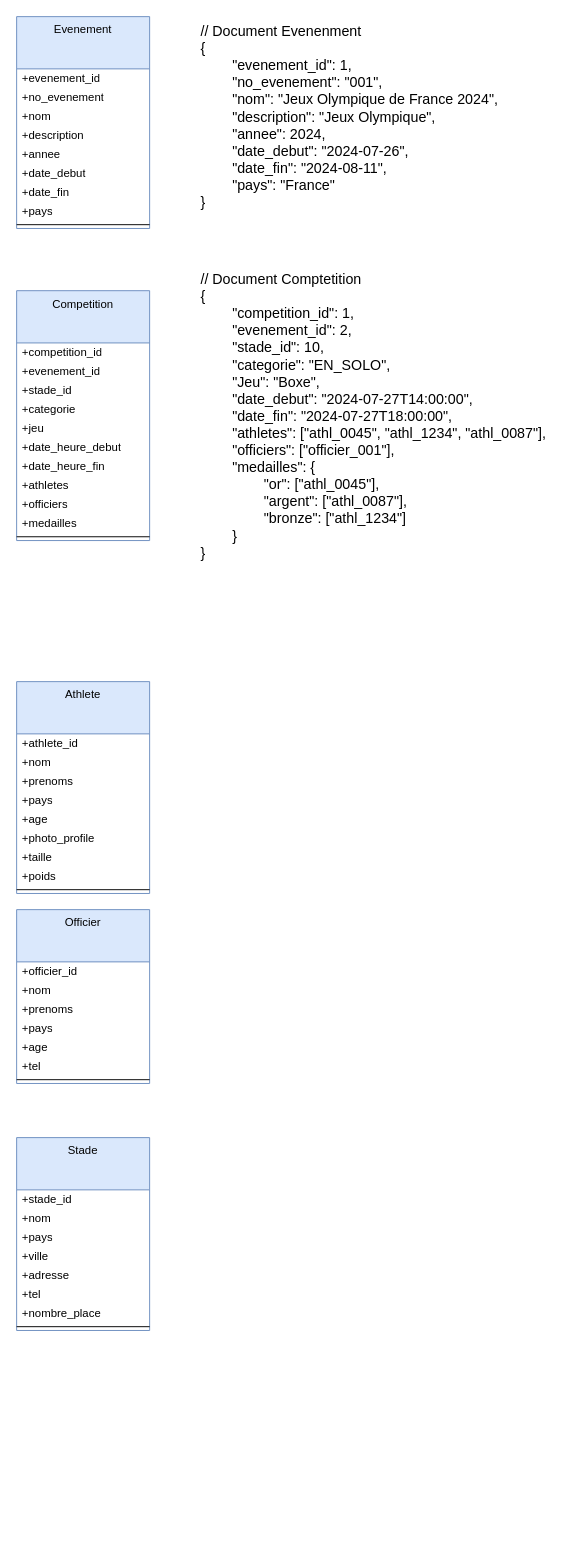
This is nosql.drawio from Kaji17/Diagramme-UML, a draw.io file, before an edit. Source tidied: cells renumbered, new cells numbered last; positions are measured from the earlier drawing's top-left corner, leaving out a move shared by most shapes. Both pictures are drawn from the tidied source at 95%, with x=0, y=0 at pixel (16, 16).
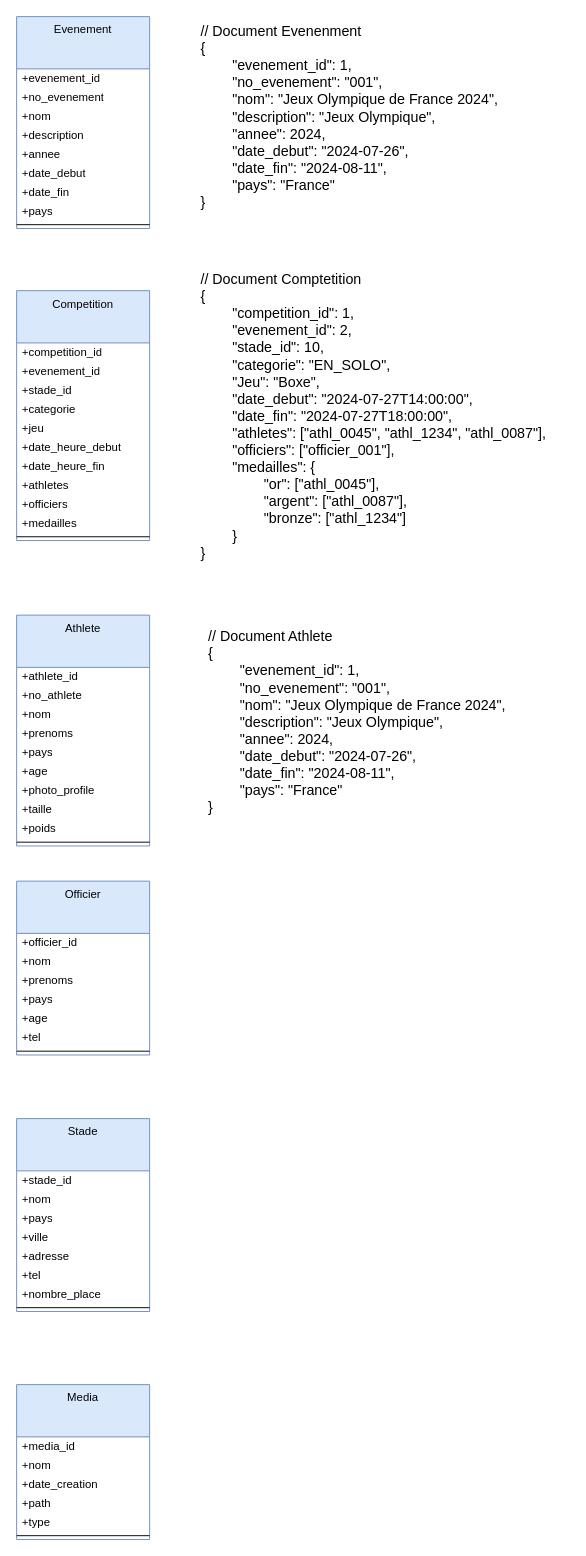
Above is the later version.

Commit message (it also covers changes not shown here):
Mettre à jour nosql.drawio

Change to the diagram source:
```diff
@@
     <mxCell id="24" value="Athlete" style="swimlane;fontStyle=0;align=center;verticalAlign=top;horizontal=1;startSize=55;html=1;whiteSpace=wrap;fillColor=#dae8fc;strokeColor=#6c8ebf;" parent="1" vertex="1">
-      <mxGeometry y="700" width="140" height="223" as="geometry" />
+      <mxGeometry y="630" width="140" height="243" as="geometry" />
     </mxCell>
@@
+    <mxCell id="53" value="+no_athlete" style="text;html=1;strokeColor=none;fillColor=none;align=left;verticalAlign=middle;spacingLeft=4;spacingRight=4;overflow=hidden;whiteSpace=wrap;" parent="24" vertex="1">
+      <mxGeometry y="75" width="140" height="20" as="geometry" />
+    </mxCell>
     <mxCell id="26" value="+nom" style="text;html=1;strokeColor=none;fillColor=none;align=left;verticalAlign=middle;spacingLeft=4;spacingRight=4;overflow=hidden;whiteSpace=wrap;" parent="24" vertex="1">
-      <mxGeometry y="75" width="140" height="20" as="geometry" />
+      <mxGeometry y="95" width="140" height="20" as="geometry" />
     </mxCell>
     <mxCell id="27" value="+prenoms" style="text;html=1;strokeColor=none;fillColor=none;align=left;verticalAlign=middle;spacingLeft=4;spacingRight=4;overflow=hidden;whiteSpace=wrap;" parent="24" vertex="1">
-      <mxGeometry y="95" width="140" height="20" as="geometry" />
+      <mxGeometry y="115" width="140" height="20" as="geometry" />
     </mxCell>
     <mxCell id="28" value="+pays" style="text;html=1;strokeColor=none;fillColor=none;align=left;verticalAlign=middle;spacingLeft=4;spacingRight=4;overflow=hidden;whiteSpace=wrap;" parent="24" vertex="1">
-      <mxGeometry y="115" width="140" height="20" as="geometry" />
+      <mxGeometry y="135" width="140" height="20" as="geometry" />
     </mxCell>
     <mxCell id="29" value="+age" style="text;html=1;strokeColor=none;fillColor=none;align=left;verticalAlign=middle;spacingLeft=4;spacingRight=4;overflow=hidden;whiteSpace=wrap;" parent="24" vertex="1">
-      <mxGeometry y="135" width="140" height="20" as="geometry" />
+      <mxGeometry y="155" width="140" height="20" as="geometry" />
     </mxCell>
     <mxCell id="30" value="+photo_profile" style="text;html=1;strokeColor=none;fillColor=none;align=left;verticalAlign=middle;spacingLeft=4;spacingRight=4;overflow=hidden;whiteSpace=wrap;" parent="24" vertex="1">
-      <mxGeometry y="155" width="140" height="20" as="geometry" />
+      <mxGeometry y="175" width="140" height="20" as="geometry" />
     </mxCell>
     <mxCell id="31" value="+taille" style="text;html=1;strokeColor=none;fillColor=none;align=left;verticalAlign=middle;spacingLeft=4;spacingRight=4;overflow=hidden;whiteSpace=wrap;" parent="24" vertex="1">
-      <mxGeometry y="175" width="140" height="20" as="geometry" />
+      <mxGeometry y="195" width="140" height="20" as="geometry" />
     </mxCell>
     <mxCell id="32" value="+poids" style="text;html=1;strokeColor=none;fillColor=none;align=left;verticalAlign=middle;spacingLeft=4;spacingRight=4;overflow=hidden;whiteSpace=wrap;" parent="24" vertex="1">
-      <mxGeometry y="195" width="140" height="20" as="geometry" />
+      <mxGeometry y="215" width="140" height="20" as="geometry" />
     </mxCell>
     <mxCell id="33" style="line;strokeWidth=1;fillColor=none;align=left;verticalAlign=middle;spacingTop=-1;spacingLeft=3;spacingRight=3;labelPosition=right;" parent="24" vertex="1">
-      <mxGeometry y="215" width="140" height="8" as="geometry" />
+      <mxGeometry y="235" width="140" height="8" as="geometry" />
     </mxCell>
     <mxCell id="34" value="Officier" style="swimlane;fontStyle=0;align=center;verticalAlign=top;horizontal=1;startSize=55;html=1;whiteSpace=wrap;fillColor=#dae8fc;strokeColor=#6c8ebf;" parent="1" vertex="1">
-      <mxGeometry y="940" width="140" height="183" as="geometry" />
+      <mxGeometry y="910" width="140" height="183" as="geometry" />
     </mxCell>
@@
     <mxCell id="42" value="Stade" style="swimlane;fontStyle=0;align=center;verticalAlign=top;horizontal=1;startSize=55;html=1;whiteSpace=wrap;fillColor=#dae8fc;strokeColor=#6c8ebf;" parent="1" vertex="1">
-      <mxGeometry y="1180" width="140" height="203" as="geometry" />
+      <mxGeometry y="1160" width="140" height="203" as="geometry" />
     </mxCell>
@@
+    <mxCell id="54" value="Media" style="swimlane;fontStyle=0;align=center;verticalAlign=top;horizontal=1;startSize=55;html=1;whiteSpace=wrap;fillColor=#dae8fc;strokeColor=#6c8ebf;" parent="1" vertex="1">
+      <mxGeometry y="1440" width="140" height="163" as="geometry" />
+    </mxCell>
+    <mxCell id="55" value="+media_id" style="text;html=1;strokeColor=none;fillColor=none;align=left;verticalAlign=middle;spacingLeft=4;spacingRight=4;overflow=hidden;whiteSpace=wrap;" parent="54" vertex="1">
+      <mxGeometry y="55" width="140" height="20" as="geometry" />
+    </mxCell>
+    <mxCell id="56" value="+nom" style="text;html=1;strokeColor=none;fillColor=none;align=left;verticalAlign=middle;spacingLeft=4;spacingRight=4;overflow=hidden;whiteSpace=wrap;" parent="54" vertex="1">
+      <mxGeometry y="75" width="140" height="20" as="geometry" />
+    </mxCell>
+    <mxCell id="57" value="+date_creation" style="text;html=1;strokeColor=none;fillColor=none;align=left;verticalAlign=middle;spacingLeft=4;spacingRight=4;overflow=hidden;whiteSpace=wrap;" parent="54" vertex="1">
+      <mxGeometry y="95" width="140" height="20" as="geometry" />
+    </mxCell>
+    <mxCell id="58" value="+path" style="text;html=1;strokeColor=none;fillColor=none;align=left;verticalAlign=middle;spacingLeft=4;spacingRight=4;overflow=hidden;whiteSpace=wrap;" parent="54" vertex="1">
+      <mxGeometry y="115" width="140" height="20" as="geometry" />
+    </mxCell>
+    <mxCell id="59" value="+type" style="text;html=1;strokeColor=none;fillColor=none;align=left;verticalAlign=middle;spacingLeft=4;spacingRight=4;overflow=hidden;whiteSpace=wrap;" parent="54" vertex="1">
+      <mxGeometry y="135" width="140" height="20" as="geometry" />
+    </mxCell>
+    <mxCell id="60" style="line;strokeWidth=1;fillColor=none;align=left;verticalAlign=middle;spacingTop=-1;spacingLeft=3;spacingRight=3;labelPosition=right;" parent="54" vertex="1">
+      <mxGeometry y="155" width="140" height="8" as="geometry" />
+    </mxCell>
+    <mxCell id="61" value="&lt;div style=&quot;font-size: 15px;&quot;&gt;&lt;span style=&quot;background-color: initial;&quot;&gt;&lt;font style=&quot;font-size: 15px;&quot;&gt;// Document Athlete&lt;/font&gt;&lt;/span&gt;&lt;/div&gt;&lt;div style=&quot;font-size: 15px;&quot;&gt;&lt;span style=&quot;background-color: initial;&quot;&gt;&lt;font style=&quot;font-size: 15px;&quot;&gt;{&lt;/font&gt;&lt;/span&gt;&lt;/div&gt;&lt;div style=&quot;font-size: 15px;&quot;&gt;&lt;span style=&quot;background-color: initial;&quot; class=&quot;hljs-attr&quot;&gt;&lt;span style=&quot;white-space-collapse: preserve;&quot;&gt;&#9;&lt;/span&gt;&quot;evenement_id&quot;&lt;/span&gt;&lt;span style=&quot;background-color: initial;&quot; class=&quot;hljs-punctuation&quot;&gt;:&lt;/span&gt;&lt;span style=&quot;background-color: initial;&quot;&gt;&amp;nbsp;1&lt;/span&gt;&lt;span style=&quot;background-color: initial;&quot; class=&quot;hljs-punctuation&quot;&gt;,&lt;/span&gt;&lt;/div&gt;&lt;span style=&quot;font-size: 15px;&quot; class=&quot;hljs-attr&quot;&gt;&lt;/span&gt;&lt;div style=&quot;font-size: 15px;&quot;&gt;&lt;font style=&quot;font-size: 15px;&quot;&gt;&lt;span style=&quot;background-color: initial;&quot; class=&quot;hljs-attr&quot;&gt;&lt;span style=&quot;white-space: pre;&quot;&gt;&#9;&lt;/span&gt;&quot;no_evenement&quot;&lt;/span&gt;&lt;span style=&quot;background-color: initial;&quot; class=&quot;hljs-punctuation&quot;&gt;:&lt;/span&gt;&lt;span style=&quot;background-color: initial;&quot;&gt; &lt;/span&gt;&lt;span style=&quot;background-color: initial;&quot; class=&quot;hljs-string&quot;&gt;&quot;001&quot;&lt;/span&gt;&lt;span style=&quot;background-color: initial;&quot; class=&quot;hljs-punctuation&quot;&gt;,&lt;/span&gt;&lt;/font&gt;&lt;/div&gt;&lt;div style=&quot;font-size: 15px;&quot;&gt;&lt;font style=&quot;font-size: 15px;&quot;&gt;&lt;span style=&quot;background-color: initial;&quot; class=&quot;hljs-punctuation&quot;&gt;&lt;span style=&quot;white-space: pre;&quot;&gt;&#9;&lt;/span&gt;&quot;nom&quot;: &quot;Jeux Olympique de France 2024&quot;,&lt;br&gt;&lt;/span&gt;&lt;/font&gt;&lt;/div&gt;&lt;div style=&quot;font-size: 15px;&quot;&gt;&lt;font style=&quot;font-size: 15px;&quot;&gt;&lt;span style=&quot;background-color: initial;&quot; class=&quot;hljs-punctuation&quot;&gt;&lt;span style=&quot;white-space: pre;&quot;&gt;&#9;&lt;/span&gt;&quot;description&quot;: &quot;Jeux Olympique&quot;,&lt;br&gt;&lt;/span&gt;&lt;/font&gt;&lt;/div&gt;    &lt;span style=&quot;font-size: 15px;&quot; class=&quot;hljs-attr&quot;&gt;&lt;div style=&quot;&quot;&gt;&lt;font style=&quot;font-size: 15px;&quot;&gt;&lt;span style=&quot;background-color: initial;&quot; class=&quot;hljs-attr&quot;&gt;&lt;span style=&quot;white-space: pre;&quot;&gt;&#9;&lt;/span&gt;&quot;annee&quot;&lt;/span&gt;&lt;span style=&quot;background-color: initial;&quot; class=&quot;hljs-punctuation&quot;&gt;:&lt;/span&gt;&lt;span style=&quot;background-color: initial;&quot;&gt; &lt;/span&gt;&lt;span style=&quot;background-color: initial;&quot; class=&quot;hljs-number&quot;&gt;2024&lt;/span&gt;&lt;span style=&quot;background-color: initial;&quot; class=&quot;hljs-punctuation&quot;&gt;,&lt;/span&gt;&lt;/font&gt;&lt;/div&gt;&lt;/span&gt;&lt;div style=&quot;font-size: 15px;&quot;&gt;&lt;font style=&quot;font-size: 15px;&quot;&gt;&lt;span style=&quot;background-color: initial;&quot; class=&quot;hljs-attr&quot;&gt;&lt;span style=&quot;white-space: pre;&quot;&gt;&#9;&lt;/span&gt;&quot;date_debut&quot;&lt;/span&gt;&lt;span style=&quot;background-color: initial;&quot; class=&quot;hljs-punctuation&quot;&gt;:&lt;/span&gt;&lt;span style=&quot;background-color: initial;&quot;&gt; &lt;/span&gt;&lt;span style=&quot;background-color: initial;&quot; class=&quot;hljs-string&quot;&gt;&quot;2024-07-26&quot;&lt;/span&gt;&lt;span style=&quot;background-color: initial;&quot; class=&quot;hljs-punctuation&quot;&gt;,&lt;/span&gt;&lt;/font&gt;&lt;/div&gt;    &lt;span style=&quot;font-size: 15px;&quot; class=&quot;hljs-attr&quot;&gt;&lt;div style=&quot;&quot;&gt;&lt;font style=&quot;font-size: 15px;&quot;&gt;&lt;span style=&quot;background-color: initial;&quot; class=&quot;hljs-attr&quot;&gt;&lt;span style=&quot;white-space: pre;&quot;&gt;&#9;&lt;/span&gt;&quot;date_fin&quot;&lt;/span&gt;&lt;span style=&quot;background-color: initial;&quot; class=&quot;hljs-punctuation&quot;&gt;:&lt;/span&gt;&lt;span style=&quot;background-color: initial;&quot;&gt; &lt;/span&gt;&lt;span style=&quot;background-color: initial;&quot; class=&quot;hljs-string&quot;&gt;&quot;2024-08-11&quot;&lt;/span&gt;&lt;span style=&quot;background-color: initial;&quot; class=&quot;hljs-punctuation&quot;&gt;,&lt;/span&gt;&lt;/font&gt;&lt;/div&gt;&lt;/span&gt;&lt;div style=&quot;font-size: 15px;&quot;&gt;&lt;font style=&quot;font-size: 15px;&quot;&gt;&lt;span style=&quot;background-color: initial;&quot; class=&quot;hljs-attr&quot;&gt;&lt;span style=&quot;white-space: pre;&quot;&gt;&#9;&lt;/span&gt;&quot;pays&quot;&lt;/span&gt;&lt;span style=&quot;background-color: initial;&quot; class=&quot;hljs-punctuation&quot;&gt;:&lt;/span&gt;&lt;span style=&quot;background-color: initial;&quot;&gt; &lt;/span&gt;&lt;span style=&quot;background-color: initial;&quot; class=&quot;hljs-string&quot;&gt;&quot;France&quot;&lt;/span&gt;&lt;/font&gt;&lt;/div&gt;  &lt;span style=&quot;font-size: 15px;&quot; class=&quot;hljs-punctuation&quot;&gt;&lt;div style=&quot;&quot;&gt;&lt;span style=&quot;background-color: initial;&quot;&gt;&lt;font style=&quot;font-size: 15px;&quot;&gt;}&lt;/font&gt;&lt;/span&gt;&lt;/div&gt;&lt;/span&gt;" style="text;html=1;align=left;verticalAlign=middle;strokeColor=none;fillColor=none;" parent="1" vertex="1">
+      <mxGeometry x="200" y="636.5" width="340" height="210" as="geometry" />
+    </mxCell>
```
